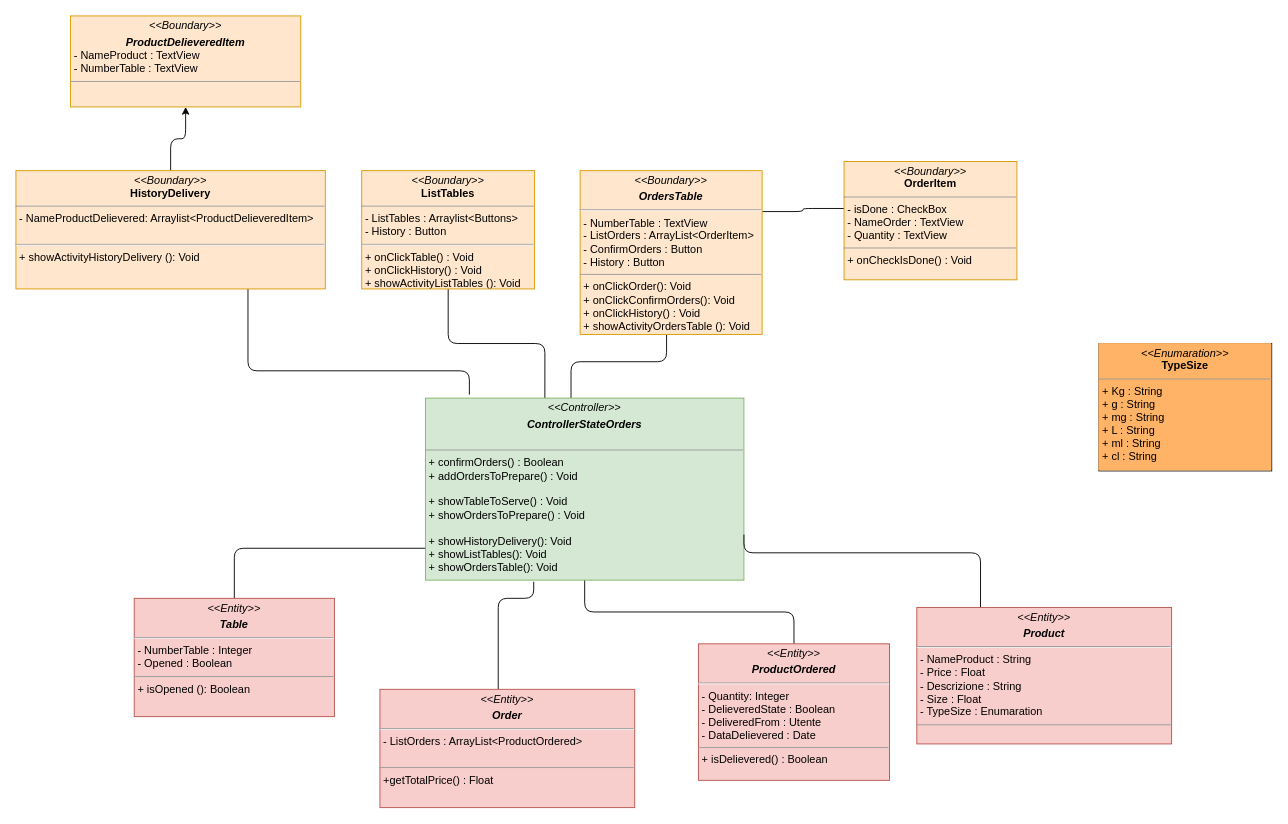
Chriss1618/ProgettoINGSW keeps this draw.io diagram as page "Visualizza Cambia Stato Ordini" (7 of 8) of Documentazione/Class Diagram/Class Diagram.drawio. Above is the earlier version. Source tidied: cells renumbered, new cells numbered last; positions are measured from the earlier drawing's top-left corner, leaving out a move shared by most shapes. Both pictures are drawn from the tidied source at 91%, with x=0, y=0 at pixel (15, 15).
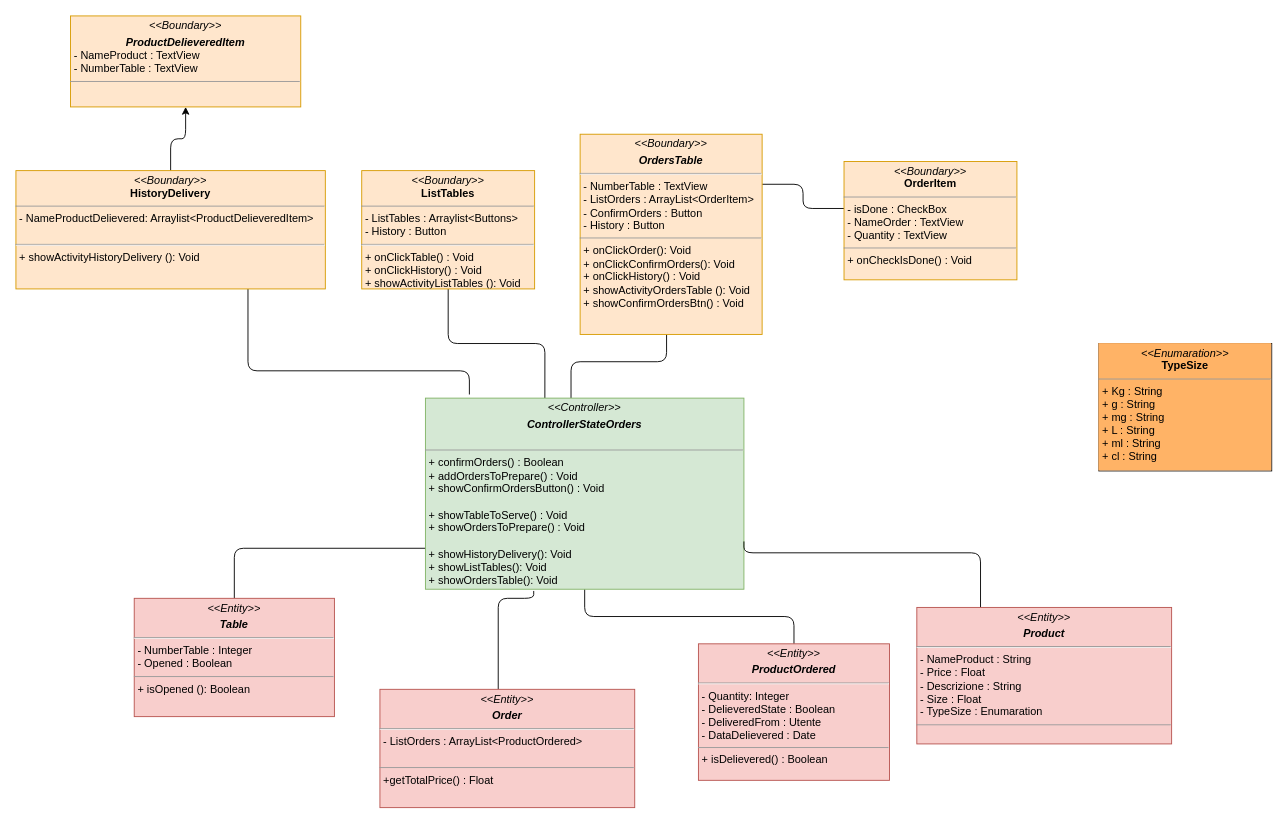
After the change.

What changed in the source:
```diff
@@
-    <mxCell id="6" value="&lt;p style=&quot;margin:0px;margin-top:4px;text-align:center;&quot;&gt;&lt;i&gt;&amp;lt;&amp;lt;Boundary&amp;gt;&amp;gt;&lt;/i&gt;&lt;br&gt;&lt;/p&gt;&lt;p style=&quot;margin:0px;margin-top:4px;text-align:center;&quot;&gt;&lt;i&gt;&lt;b&gt;OrdersTable&lt;/b&gt;&lt;/i&gt;&lt;/p&gt;&lt;hr&gt;&lt;p style=&quot;margin:0px;margin-left:4px;&quot;&gt;- NumberTable : TextView&lt;/p&gt;&lt;p style=&quot;margin:0px;margin-left:4px;&quot;&gt;- ListOrders : ArrayList&amp;lt;OrderItem&amp;gt;&lt;/p&gt;&lt;p style=&quot;margin:0px;margin-left:4px;&quot;&gt;- ConfirmOrders : Button&lt;/p&gt;&lt;p style=&quot;margin:0px;margin-left:4px;&quot;&gt;- History : Button&lt;br&gt;&lt;/p&gt;&lt;hr size=&quot;1&quot;&gt;&lt;p style=&quot;margin:0px;margin-left:4px;&quot;&gt;+ onClickOrder(): Void&lt;br&gt;&lt;/p&gt;&lt;p style=&quot;margin:0px;margin-left:4px;&quot;&gt;+ onClickConfirmOrders(): Void&lt;br&gt;&lt;/p&gt;&lt;p style=&quot;margin:0px;margin-left:4px;&quot;&gt;+ onClickHistory() : Void&lt;br&gt;&lt;/p&gt;&lt;p style=&quot;margin:0px;margin-left:4px;&quot;&gt;+ showActivityOrdersTable (): Void&lt;br&gt;&lt;/p&gt;" style="verticalAlign=top;align=left;overflow=fill;fontSize=12;fontFamily=Helvetica;html=1;fillColor=#ffe6cc;strokeColor=#d79b00;" parent="1" vertex="1">
-      <mxGeometry x="620" y="170" width="200" height="180" as="geometry" />
+    <mxCell id="6" value="&lt;p style=&quot;margin:0px;margin-top:4px;text-align:center;&quot;&gt;&lt;i&gt;&amp;lt;&amp;lt;Boundary&amp;gt;&amp;gt;&lt;/i&gt;&lt;br&gt;&lt;/p&gt;&lt;p style=&quot;margin:0px;margin-top:4px;text-align:center;&quot;&gt;&lt;i&gt;&lt;b&gt;OrdersTable&lt;/b&gt;&lt;/i&gt;&lt;/p&gt;&lt;hr&gt;&lt;p style=&quot;margin:0px;margin-left:4px;&quot;&gt;- NumberTable : TextView&lt;/p&gt;&lt;p style=&quot;margin:0px;margin-left:4px;&quot;&gt;- ListOrders : ArrayList&amp;lt;OrderItem&amp;gt;&lt;/p&gt;&lt;p style=&quot;margin:0px;margin-left:4px;&quot;&gt;- ConfirmOrders : Button&lt;/p&gt;&lt;p style=&quot;margin:0px;margin-left:4px;&quot;&gt;- History : Button&lt;br&gt;&lt;/p&gt;&lt;hr size=&quot;1&quot;&gt;&lt;p style=&quot;margin:0px;margin-left:4px;&quot;&gt;+ onClickOrder(): Void&lt;br&gt;&lt;/p&gt;&lt;p style=&quot;margin:0px;margin-left:4px;&quot;&gt;+ onClickConfirmOrders(): Void&lt;br&gt;&lt;/p&gt;&lt;p style=&quot;margin:0px;margin-left:4px;&quot;&gt;+ onClickHistory() : Void&lt;br&gt;&lt;/p&gt;&lt;p style=&quot;margin:0px;margin-left:4px;&quot;&gt;+ showActivityOrdersTable (): Void&lt;br&gt;&lt;/p&gt;&lt;p style=&quot;margin:0px;margin-left:4px;&quot;&gt;+ showConfirmOrdersBtn() : Void&lt;/p&gt;" style="verticalAlign=top;align=left;overflow=fill;fontSize=12;fontFamily=Helvetica;html=1;fillColor=#ffe6cc;strokeColor=#d79b00;" parent="1" vertex="1">
+      <mxGeometry x="620" y="130" width="200" height="220" as="geometry" />
     </mxCell>
@@
-    <mxCell id="9" value="&lt;p style=&quot;margin:0px;margin-top:4px;text-align:center;&quot;&gt;&lt;i&gt;&amp;lt;&amp;lt;Controller&amp;gt;&amp;gt;&lt;/i&gt;&lt;br&gt;&lt;/p&gt;&lt;p style=&quot;margin:0px;margin-top:4px;text-align:center;&quot;&gt;&lt;i&gt;&lt;b&gt;ControllerStateOrders&lt;/b&gt;&lt;/i&gt;&lt;/p&gt;&lt;br&gt;&lt;hr size=&quot;1&quot;&gt;&lt;p style=&quot;margin:0px;margin-left:4px;&quot;&gt;+ confirmOrders() : Boolean&lt;br&gt;&lt;/p&gt;&lt;p style=&quot;margin:0px;margin-left:4px;&quot;&gt;+ addOrdersToPrepare() : Void&lt;/p&gt;&lt;p style=&quot;margin:0px;margin-left:4px;&quot;&gt;&lt;br&gt;&lt;/p&gt;&lt;p style=&quot;margin:0px;margin-left:4px;&quot;&gt;+ showTableToServe() : Void&lt;/p&gt;&lt;p style=&quot;margin:0px;margin-left:4px;&quot;&gt;+ showOrdersToPrepare() : Void&lt;/p&gt;&lt;p style=&quot;margin:0px;margin-left:4px;&quot;&gt;&lt;br&gt;&lt;/p&gt;&lt;p style=&quot;margin:0px;margin-left:4px;&quot;&gt;+ showHistoryDelivery(): Void&lt;/p&gt;&lt;p style=&quot;margin:0px;margin-left:4px;&quot;&gt;+ showListTables(): Void&lt;/p&gt;&lt;p style=&quot;margin:0px;margin-left:4px;&quot;&gt;+ showOrdersTable(): Void&lt;/p&gt;" style="verticalAlign=top;align=left;overflow=fill;fontSize=12;fontFamily=Helvetica;html=1;fillColor=#d5e8d4;strokeColor=#82b366;" parent="1" vertex="1">
-      <mxGeometry x="450" y="420" width="350" height="200" as="geometry" />
+    <mxCell id="9" value="&lt;p style=&quot;margin:0px;margin-top:4px;text-align:center;&quot;&gt;&lt;i&gt;&amp;lt;&amp;lt;Controller&amp;gt;&amp;gt;&lt;/i&gt;&lt;br&gt;&lt;/p&gt;&lt;p style=&quot;margin:0px;margin-top:4px;text-align:center;&quot;&gt;&lt;i&gt;&lt;b&gt;ControllerStateOrders&lt;/b&gt;&lt;/i&gt;&lt;/p&gt;&lt;br&gt;&lt;hr size=&quot;1&quot;&gt;&lt;p style=&quot;margin:0px;margin-left:4px;&quot;&gt;+ confirmOrders() : Boolean&lt;br&gt;&lt;/p&gt;&lt;p style=&quot;margin:0px;margin-left:4px;&quot;&gt;+ addOrdersToPrepare() : Void&lt;/p&gt;&lt;p style=&quot;margin:0px;margin-left:4px;&quot;&gt;+ showConfirmOrdersButton() : Void&lt;/p&gt;&lt;p style=&quot;margin:0px;margin-left:4px;&quot;&gt;&lt;br&gt;&lt;/p&gt;&lt;p style=&quot;margin:0px;margin-left:4px;&quot;&gt;+ showTableToServe() : Void&lt;/p&gt;&lt;p style=&quot;margin:0px;margin-left:4px;&quot;&gt;+ showOrdersToPrepare() : Void&lt;/p&gt;&lt;p style=&quot;margin:0px;margin-left:4px;&quot;&gt;&lt;br&gt;&lt;/p&gt;&lt;p style=&quot;margin:0px;margin-left:4px;&quot;&gt;+ showHistoryDelivery(): Void&lt;/p&gt;&lt;p style=&quot;margin:0px;margin-left:4px;&quot;&gt;+ showListTables(): Void&lt;/p&gt;&lt;p style=&quot;margin:0px;margin-left:4px;&quot;&gt;+ showOrdersTable(): Void&lt;/p&gt;" style="verticalAlign=top;align=left;overflow=fill;fontSize=12;fontFamily=Helvetica;html=1;fillColor=#d5e8d4;strokeColor=#82b366;" parent="1" vertex="1">
+      <mxGeometry x="450" y="420" width="350" height="210" as="geometry" />
     </mxCell>
```
